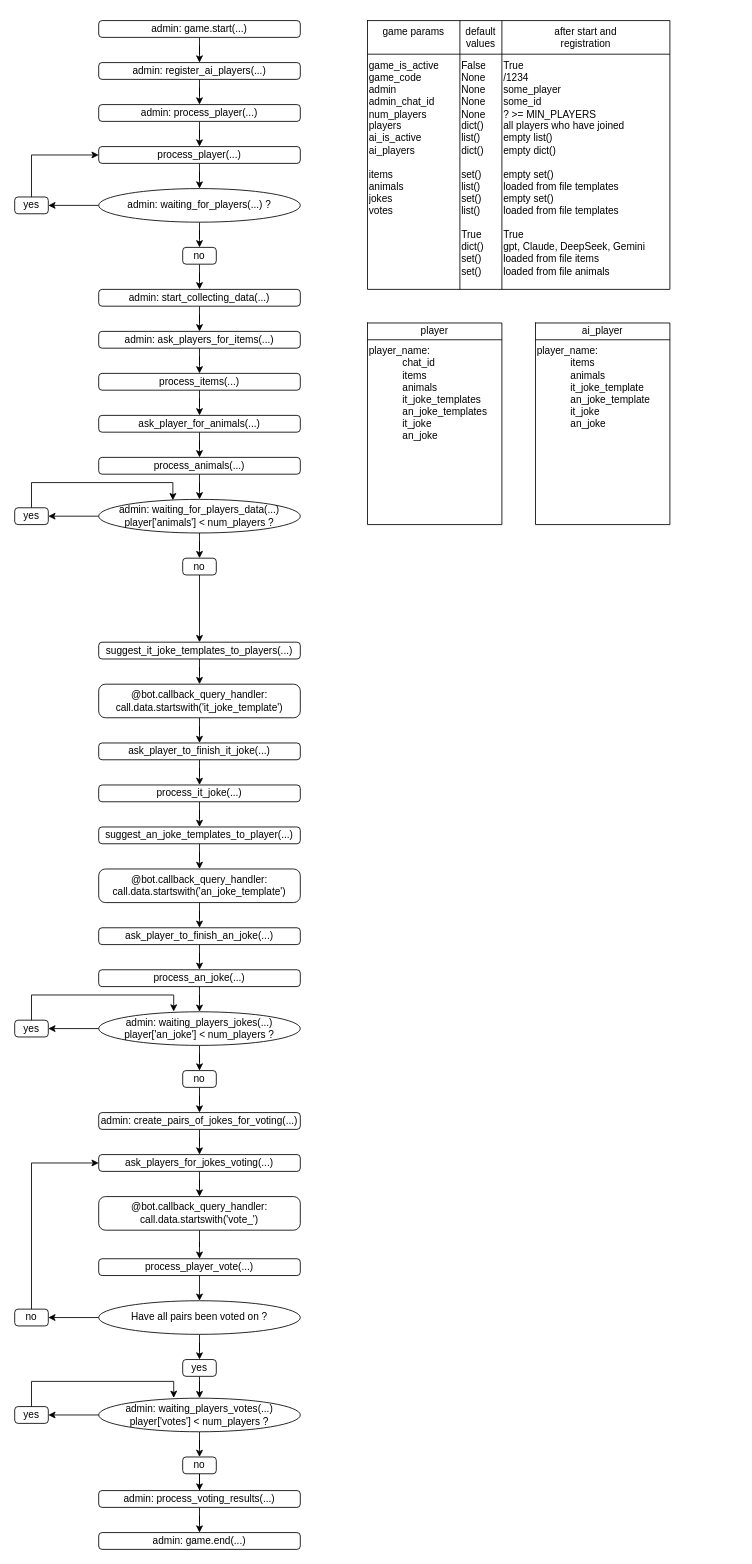
Before: page "Page-1" (1 of 2) of telebot.drawio in yuko-37/smehahuehbot, a draw.io diagram. Source tidied: cells renumbered, new cells numbered last; positions are measured from the earlier drawing's top-left corner, leaving out a move shared by most shapes. Both pictures are drawn from the tidied source at 84%, with x=0, y=0 at pixel (14, 20).
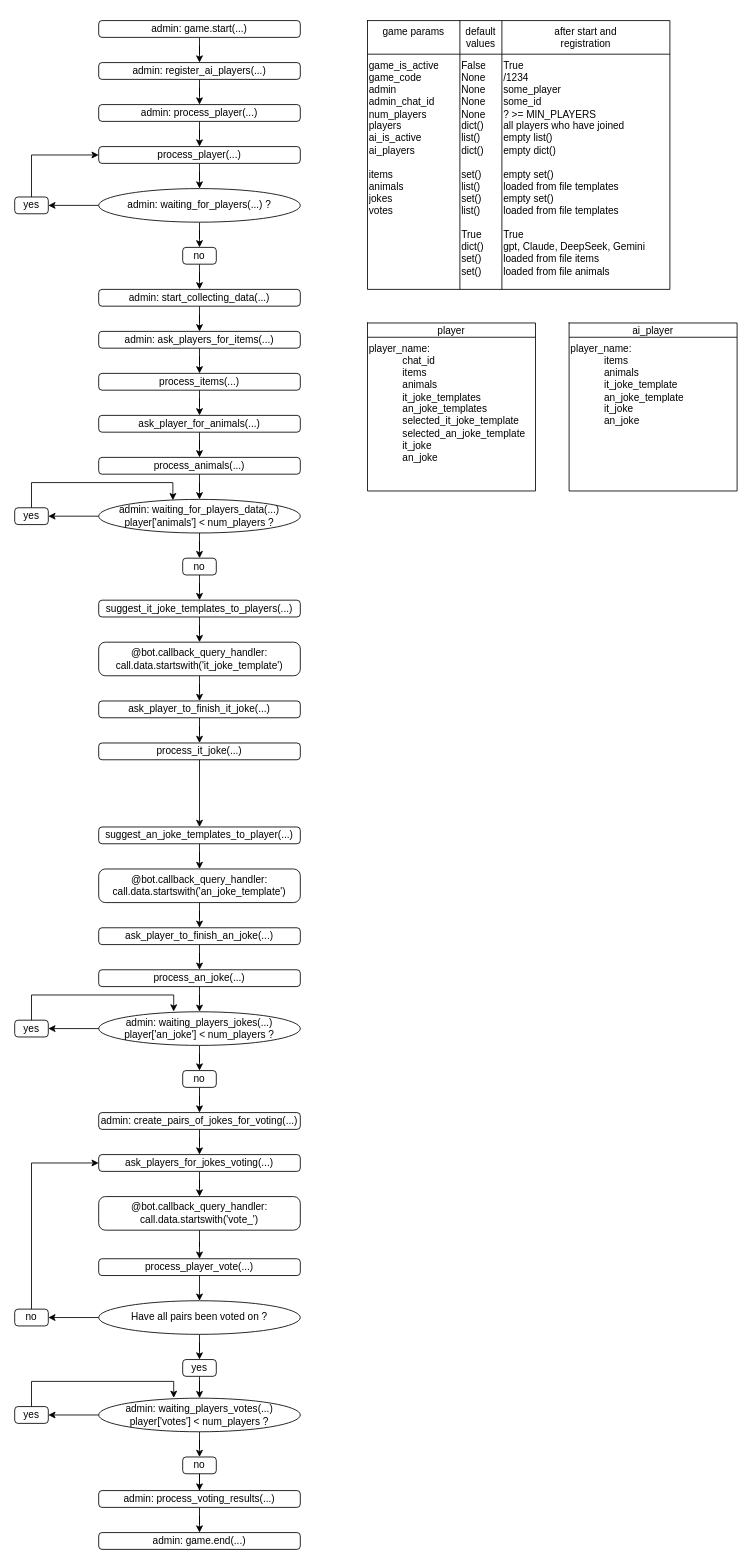
Above is the later version.

Change to the diagram source:
```diff
@@
     <mxCell id="11" style="shape=table;startSize=0;childLayout=tableLayout;fontSize=12;" parent="1" vertex="1">
-      <mxGeometry x="420" y="360" width="160" height="240" as="geometry" />
+      <mxGeometry x="420" y="360" width="200" height="200" as="geometry" />
     </mxCell>
     <mxCell id="12" style="shape=tableRow;horizontal=0;startSize=0;swimlaneHead=0;swimlaneBody=0;strokeColor=inherit;top=0;left=0;bottom=0;right=0;fillColor=none;fontSize=16;" parent="11" vertex="1">
-      <mxGeometry width="160" height="20" as="geometry" />
+      <mxGeometry width="200" height="17" as="geometry" />
     </mxCell>
     <mxCell id="13" value="player" style="shape=partialRectangle;html=1;whiteSpace=wrap;strokeColor=inherit;overflow=hidden;fillColor=none;top=0;left=0;bottom=0;right=0;fontSize=12;align=center;verticalAlign=middle;" parent="12" vertex="1">
-      <mxGeometry width="160" height="20" as="geometry" />
+      <mxGeometry width="200" height="17" as="geometry" />
     </mxCell>
     <mxCell id="14" style="shape=tableRow;horizontal=0;startSize=0;swimlaneHead=0;swimlaneBody=0;strokeColor=inherit;top=0;left=0;bottom=0;right=0;fillColor=none;fontSize=16;align=left;verticalAlign=top;" parent="11" vertex="1">
-      <mxGeometry y="20" width="160" height="220" as="geometry" />
+      <mxGeometry y="17" width="200" height="183" as="geometry" />
     </mxCell>
-    <mxCell id="15" value="player_name:&lt;div&gt;&lt;blockquote style=&quot;margin: 0 0 0 40px; border: none; padding: 0px;&quot;&gt;&lt;div&gt;chat_id&lt;/div&gt;&lt;div&gt;items&lt;/div&gt;&lt;div&gt;animals&lt;/div&gt;&lt;div&gt;it_joke_templates&lt;/div&gt;&lt;div&gt;an_joke_templates&lt;/div&gt;&lt;div&gt;it_joke&lt;/div&gt;&lt;div&gt;an_joke&lt;/div&gt;&lt;/blockquote&gt;&lt;/div&gt;" style="shape=partialRectangle;html=1;whiteSpace=wrap;strokeColor=inherit;overflow=hidden;fillColor=none;top=0;left=0;bottom=0;right=0;fontSize=12;align=left;verticalAlign=top;colspan=1;" parent="14" vertex="1">
-      <mxGeometry width="160" height="220" as="geometry" />
+    <mxCell id="15" value="player_name:&lt;div&gt;&lt;blockquote style=&quot;margin: 0 0 0 40px; border: none; padding: 0px;&quot;&gt;&lt;div&gt;chat_id&lt;/div&gt;&lt;div&gt;items&lt;/div&gt;&lt;div&gt;animals&lt;/div&gt;&lt;div&gt;it_joke_templates&lt;/div&gt;&lt;div&gt;an_joke_templates&lt;/div&gt;&lt;div&gt;selected_it_joke_template&lt;/div&gt;&lt;div&gt;selected_an_joke_template&lt;/div&gt;&lt;div&gt;it_joke&lt;/div&gt;&lt;div&gt;an_joke&lt;/div&gt;&lt;/blockquote&gt;&lt;/div&gt;" style="shape=partialRectangle;html=1;whiteSpace=wrap;strokeColor=inherit;overflow=hidden;fillColor=none;top=0;left=0;bottom=0;right=0;fontSize=12;align=left;verticalAlign=top;colspan=1;" parent="14" vertex="1">
+      <mxGeometry width="200" height="183" as="geometry" />
     </mxCell>
@@
     <mxCell id="18" style="shape=table;startSize=0;childLayout=tableLayout;fontSize=12;" parent="1" vertex="1">
-      <mxGeometry x="620" y="360" width="160" height="240" as="geometry" />
+      <mxGeometry x="660" y="360" width="200" height="200" as="geometry" />
     </mxCell>
     <mxCell id="19" style="shape=tableRow;horizontal=0;startSize=0;swimlaneHead=0;swimlaneBody=0;strokeColor=inherit;top=0;left=0;bottom=0;right=0;fillColor=none;fontSize=16;" parent="18" vertex="1">
-      <mxGeometry width="160" height="20" as="geometry" />
+      <mxGeometry width="200" height="17" as="geometry" />
     </mxCell>
     <mxCell id="20" value="ai_&lt;span style=&quot;background-color: transparent; color: light-dark(rgb(0, 0, 0), rgb(255, 255, 255));&quot;&gt;player&lt;/span&gt;" style="shape=partialRectangle;html=1;whiteSpace=wrap;strokeColor=inherit;overflow=hidden;fillColor=none;top=0;left=0;bottom=0;right=0;fontSize=12;align=center;verticalAlign=middle;" parent="19" vertex="1">
-      <mxGeometry width="160" height="20" as="geometry" />
+      <mxGeometry width="200" height="17" as="geometry" />
     </mxCell>
     <mxCell id="21" style="shape=tableRow;horizontal=0;startSize=0;swimlaneHead=0;swimlaneBody=0;strokeColor=inherit;top=0;left=0;bottom=0;right=0;fillColor=none;fontSize=16;align=left;verticalAlign=top;" parent="18" vertex="1">
-      <mxGeometry y="20" width="160" height="220" as="geometry" />
+      <mxGeometry y="17" width="200" height="183" as="geometry" />
     </mxCell>
     <mxCell id="22" value="player_name:&lt;div&gt;&lt;blockquote style=&quot;margin: 0 0 0 40px; border: none; padding: 0px;&quot;&gt;&lt;div&gt;items&lt;/div&gt;&lt;div&gt;animals&lt;/div&gt;&lt;div&gt;it_joke_template&lt;/div&gt;&lt;div&gt;an_joke_template&lt;/div&gt;&lt;div&gt;it_joke&lt;/div&gt;&lt;div&gt;an_joke&lt;/div&gt;&lt;/blockquote&gt;&lt;/div&gt;" style="shape=partialRectangle;html=1;whiteSpace=wrap;strokeColor=inherit;overflow=hidden;fillColor=none;top=0;left=0;bottom=0;right=0;fontSize=12;align=left;verticalAlign=top;colspan=1;" parent="21" vertex="1">
-      <mxGeometry width="160" height="220" as="geometry" />
+      <mxGeometry width="200" height="183" as="geometry" />
     </mxCell>
@@
     <mxCell id="55" value="suggest_it_joke_templates_to_players(...)" style="rounded=1;whiteSpace=wrap;html=1;arcSize=20;" parent="1" vertex="1">
-      <mxGeometry x="100" y="740" width="240" height="20" as="geometry" />
+      <mxGeometry x="100" y="690" width="240" height="20" as="geometry" />
     </mxCell>
@@
     <mxCell id="57" value="@bot.callback_query_handler:&lt;div&gt;call.data.startswith('it_joke_template')&lt;/div&gt;" style="rounded=1;whiteSpace=wrap;html=1;arcSize=20;" parent="1" vertex="1">
-      <mxGeometry x="100" y="790" width="240" height="40" as="geometry" />
+      <mxGeometry x="100" y="740" width="240" height="40" as="geometry" />
     </mxCell>
@@
     <mxCell id="59" value="ask_player_to_finish_it_joke(...)" style="rounded=1;whiteSpace=wrap;html=1;arcSize=20;" parent="1" vertex="1">
-      <mxGeometry x="100" y="860" width="240" height="20" as="geometry" />
+      <mxGeometry x="100" y="810" width="240" height="20" as="geometry" />
     </mxCell>
@@
     <mxCell id="67" value="process_it_joke(...)" style="rounded=1;whiteSpace=wrap;html=1;arcSize=20;" parent="1" vertex="1">
-      <mxGeometry x="100" y="910" width="240" height="20" as="geometry" />
+      <mxGeometry x="100" y="860" width="240" height="20" as="geometry" />
     </mxCell>
```
